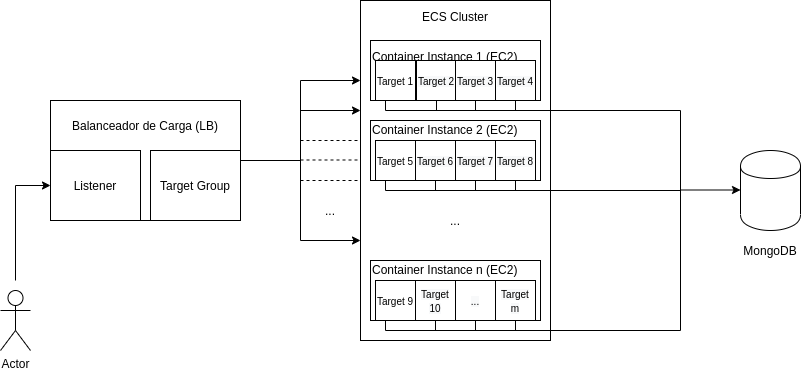
The draw.io diagram images/mutantsinfra.png in fermezz/mutants, before a commit. Source tidied: cells renumbered, new cells last; positions are measured from the earlier drawing's top-left corner, leaving out a move shared by most shapes. Source of this version:
```xml
<mxGraphModel>
  <root>
    <mxCell id="0" />
    <mxCell id="1" parent="0" />
    <mxCell id="2" value="Balanceador de Carga (LB)&lt;br&gt;&lt;br&gt;&lt;br&gt;&lt;br&gt;&lt;br&gt;&lt;br&gt;" style="rounded=0;whiteSpace=wrap;html=1;" parent="1" vertex="1">
      <mxGeometry x="50" y="100" width="190" height="120" as="geometry" />
    </mxCell>
    <mxCell id="3" style="endArrow=none;html=1;exitX=1;exitY=0.5;exitDx=0;exitDy=0;" parent="1" edge="1" source="2">
      <mxGeometry relative="1" as="geometry">
        <mxPoint x="300" y="160" as="targetPoint" />
      </mxGeometry>
    </mxCell>
    <mxCell id="4" style="endArrow=none;html=1;" parent="1" edge="1">
      <mxGeometry relative="1" as="geometry">
        <mxPoint x="300" y="240" as="sourcePoint" />
        <mxPoint x="300" y="80" as="targetPoint" />
      </mxGeometry>
    </mxCell>
    <mxCell id="5" style="endArrow=classic;html=1;" parent="1" edge="1">
      <mxGeometry relative="1" as="geometry">
        <mxPoint x="300" y="80" as="sourcePoint" />
        <mxPoint x="360" y="80" as="targetPoint" />
      </mxGeometry>
    </mxCell>
    <mxCell id="6" style="endArrow=classic;html=1;" parent="1" edge="1">
      <mxGeometry relative="1" as="geometry">
        <mxPoint x="300" y="240" as="sourcePoint" />
        <mxPoint x="360" y="240" as="targetPoint" />
      </mxGeometry>
    </mxCell>
    <mxCell id="7" style="endArrow=classic;html=1;" parent="1" edge="1">
      <mxGeometry relative="1" as="geometry">
        <mxPoint x="300" y="110" as="sourcePoint" />
        <mxPoint x="360" y="110" as="targetPoint" />
      </mxGeometry>
    </mxCell>
    <mxCell id="8" style="endArrow=none;dashed=1;html=1;" parent="1" edge="1">
      <mxGeometry relative="1" as="geometry">
        <mxPoint x="300" y="140" as="sourcePoint" />
        <mxPoint x="360" y="140" as="targetPoint" />
      </mxGeometry>
    </mxCell>
    <mxCell id="9" style="endArrow=none;dashed=1;html=1;" parent="1" edge="1">
      <mxGeometry relative="1" as="geometry">
        <mxPoint x="300" y="159.5" as="sourcePoint" />
        <mxPoint x="360" y="159.5" as="targetPoint" />
      </mxGeometry>
    </mxCell>
    <mxCell id="10" style="endArrow=none;dashed=1;html=1;" parent="1" edge="1">
      <mxGeometry relative="1" as="geometry">
        <mxPoint x="300" y="180" as="sourcePoint" />
        <mxPoint x="360" y="180" as="targetPoint" />
      </mxGeometry>
    </mxCell>
    <mxCell id="11" value="..." style="text;html=1;strokeColor=none;fillColor=none;align=center;verticalAlign=middle;whiteSpace=wrap;rounded=0;" parent="1" vertex="1">
      <mxGeometry x="310" y="200" width="40" height="20" as="geometry" />
    </mxCell>
    <mxCell id="12" value="Listener" style="rounded=0;whiteSpace=wrap;html=1;" parent="1" vertex="1">
      <mxGeometry x="50" y="150" width="90" height="70" as="geometry" />
    </mxCell>
    <mxCell id="13" value="Target Group" style="rounded=0;whiteSpace=wrap;html=1;" parent="1" vertex="1">
      <mxGeometry x="150" y="150" width="90" height="70" as="geometry" />
    </mxCell>
    <mxCell id="14" style="edgeStyle=orthogonalEdgeStyle;rounded=0;jettySize=auto;html=1;entryX=0;entryY=0.5;entryDx=0;entryDy=0;" parent="1" edge="1" target="12">
      <mxGeometry relative="1" as="geometry">
        <mxPoint x="15" y="280" as="sourcePoint" />
        <Array as="points">
          <mxPoint x="15" y="185" />
        </Array>
      </mxGeometry>
    </mxCell>
    <mxCell id="15" value="Actor" style="shape=umlActor;verticalLabelPosition=bottom;labelBackgroundColor=#ffffff;verticalAlign=top;html=1;" parent="1" vertex="1">
      <mxGeometry y="290" width="30" height="60" as="geometry" />
    </mxCell>
    <mxCell id="16" value="&lt;div&gt;&lt;span&gt;ECS Cluster&lt;/span&gt;&lt;/div&gt;&lt;div&gt;&lt;br&gt;&lt;/div&gt;&lt;br&gt;&lt;br&gt;&lt;br&gt;&lt;br&gt;&lt;br&gt;&lt;br&gt;&lt;br&gt;&lt;br&gt;&lt;br&gt;&lt;br&gt;&lt;br&gt;&lt;br&gt;&lt;br&gt;&lt;br&gt;&lt;br&gt;&lt;br&gt;&lt;br&gt;&lt;br&gt;&lt;br&gt;&lt;br&gt;&lt;br&gt;" style="rounded=0;whiteSpace=wrap;html=1;" parent="1" vertex="1">
      <mxGeometry x="360" width="190" height="340" as="geometry" />
    </mxCell>
    <mxCell id="17" value="Container Instance 1 (EC2)&lt;br&gt;&lt;br&gt;&lt;br&gt;" style="rounded=0;whiteSpace=wrap;html=1;align=left;" parent="1" vertex="1">
      <mxGeometry x="370" y="40" width="170" height="60" as="geometry" />
    </mxCell>
    <mxCell id="18" value="Container Instance n (EC2)&lt;br&gt;&lt;span&gt;&lt;br&gt;&lt;br&gt;&lt;br&gt;&lt;/span&gt;" style="rounded=0;whiteSpace=wrap;html=1;align=left;" parent="1" vertex="1">
      <mxGeometry x="370" y="260" width="170" height="60" as="geometry" />
    </mxCell>
    <mxCell id="19" value="Container Instance 2 (EC2)&lt;br&gt;&lt;span&gt;&lt;br&gt;&lt;br&gt;&lt;br&gt;&lt;/span&gt;" style="rounded=0;whiteSpace=wrap;html=1;align=left;" parent="1" vertex="1">
      <mxGeometry x="370" y="120" width="170" height="60" as="geometry" />
    </mxCell>
    <mxCell id="20" value="..." style="text;html=1;strokeColor=none;fillColor=none;align=center;verticalAlign=middle;whiteSpace=wrap;rounded=0;" parent="1" vertex="1">
      <mxGeometry x="435" y="210" width="40" height="20" as="geometry" />
    </mxCell>
    <mxCell id="21" value="&lt;font style=&quot;font-size: 10px&quot;&gt;Target 1&lt;/font&gt;" style="whiteSpace=wrap;html=1;" parent="1" vertex="1">
      <mxGeometry x="375" y="60" width="40" height="40" as="geometry" />
    </mxCell>
    <mxCell id="22" value="&lt;span style=&quot;color: rgb(0 , 0 , 0) ; font-family: &amp;#34;helvetica&amp;#34; ; font-size: 10px ; font-style: normal ; font-weight: 400 ; letter-spacing: normal ; text-align: center ; text-indent: 0px ; text-transform: none ; word-spacing: 0px ; background-color: rgb(248 , 249 , 250) ; float: none ; display: inline&quot;&gt;Target 2&lt;/span&gt;" style="whiteSpace=wrap;html=1;" parent="1" vertex="1">
      <mxGeometry x="416" y="60" width="40" height="40" as="geometry" />
    </mxCell>
    <mxCell id="23" value="&lt;span style=&quot;color: rgb(0 , 0 , 0) ; font-family: &amp;#34;helvetica&amp;#34; ; font-size: 10px ; font-style: normal ; font-weight: 400 ; letter-spacing: normal ; text-align: center ; text-indent: 0px ; text-transform: none ; word-spacing: 0px ; background-color: rgb(248 , 249 , 250) ; float: none ; display: inline&quot;&gt;Target 3&lt;/span&gt;" style="whiteSpace=wrap;html=1;" parent="1" vertex="1">
      <mxGeometry x="455" y="60" width="40" height="40" as="geometry" />
    </mxCell>
    <mxCell id="24" value="&lt;span style=&quot;color: rgb(0 , 0 , 0) ; font-family: &amp;#34;helvetica&amp;#34; ; font-size: 10px ; font-style: normal ; font-weight: 400 ; letter-spacing: normal ; text-align: center ; text-indent: 0px ; text-transform: none ; word-spacing: 0px ; background-color: rgb(248 , 249 , 250) ; float: none ; display: inline&quot;&gt;Target 4&lt;/span&gt;" style="whiteSpace=wrap;html=1;" parent="1" vertex="1">
      <mxGeometry x="495" y="60" width="40" height="40" as="geometry" />
    </mxCell>
    <mxCell id="25" value="&lt;font style=&quot;font-size: 10px&quot;&gt;Target 5&lt;/font&gt;" style="whiteSpace=wrap;html=1;" parent="1" vertex="1">
      <mxGeometry x="375" y="140" width="40" height="40" as="geometry" />
    </mxCell>
    <mxCell id="26" value="&lt;span style=&quot;color: rgb(0 , 0 , 0) ; font-family: &amp;#34;helvetica&amp;#34; ; font-size: 10px ; font-style: normal ; font-weight: 400 ; letter-spacing: normal ; text-align: center ; text-indent: 0px ; text-transform: none ; word-spacing: 0px ; background-color: rgb(248 , 249 , 250) ; float: none ; display: inline&quot;&gt;Target 6&lt;/span&gt;" style="whiteSpace=wrap;html=1;" parent="1" vertex="1">
      <mxGeometry x="415" y="140" width="40" height="40" as="geometry" />
    </mxCell>
    <mxCell id="27" value="&lt;span style=&quot;color: rgb(0 , 0 , 0) ; font-family: &amp;#34;helvetica&amp;#34; ; font-size: 10px ; font-style: normal ; font-weight: 400 ; letter-spacing: normal ; text-align: center ; text-indent: 0px ; text-transform: none ; word-spacing: 0px ; background-color: rgb(248 , 249 , 250) ; float: none ; display: inline&quot;&gt;Target 7&lt;/span&gt;" style="whiteSpace=wrap;html=1;" parent="1" vertex="1">
      <mxGeometry x="455" y="140" width="40" height="40" as="geometry" />
    </mxCell>
    <mxCell id="28" value="&lt;span style=&quot;color: rgb(0 , 0 , 0) ; font-family: &amp;#34;helvetica&amp;#34; ; font-size: 10px ; font-style: normal ; font-weight: 400 ; letter-spacing: normal ; text-align: center ; text-indent: 0px ; text-transform: none ; word-spacing: 0px ; background-color: rgb(248 , 249 , 250) ; float: none ; display: inline&quot;&gt;Target 8&lt;/span&gt;" style="whiteSpace=wrap;html=1;" parent="1" vertex="1">
      <mxGeometry x="495" y="140" width="40" height="40" as="geometry" />
    </mxCell>
    <mxCell id="29" value="&lt;font style=&quot;font-size: 10px&quot;&gt;Target 9&lt;/font&gt;" style="whiteSpace=wrap;html=1;" parent="1" vertex="1">
      <mxGeometry x="375" y="280" width="40" height="40" as="geometry" />
    </mxCell>
    <mxCell id="30" value="&lt;span style=&quot;color: rgb(0 , 0 , 0) ; font-family: &amp;#34;helvetica&amp;#34; ; font-size: 10px ; font-style: normal ; font-weight: 400 ; letter-spacing: normal ; text-align: center ; text-indent: 0px ; text-transform: none ; word-spacing: 0px ; background-color: rgb(248 , 249 , 250) ; float: none ; display: inline&quot;&gt;Target 10&lt;/span&gt;" style="whiteSpace=wrap;html=1;" parent="1" vertex="1">
      <mxGeometry x="415" y="280" width="40" height="40" as="geometry" />
    </mxCell>
    <mxCell id="31" value="&lt;span style=&quot;color: rgb(0 , 0 , 0) ; font-family: &amp;#34;helvetica&amp;#34; ; font-size: 10px ; font-style: normal ; font-weight: 400 ; letter-spacing: normal ; text-align: center ; text-indent: 0px ; text-transform: none ; word-spacing: 0px ; background-color: rgb(248 , 249 , 250) ; float: none ; display: inline&quot;&gt;...&lt;/span&gt;" style="whiteSpace=wrap;html=1;" parent="1" vertex="1">
      <mxGeometry x="455" y="280" width="40" height="40" as="geometry" />
    </mxCell>
    <mxCell id="32" value="&lt;span style=&quot;color: rgb(0 , 0 , 0) ; font-family: &amp;#34;helvetica&amp;#34; ; font-size: 10px ; font-style: normal ; font-weight: 400 ; letter-spacing: normal ; text-align: center ; text-indent: 0px ; text-transform: none ; word-spacing: 0px ; background-color: rgb(248 , 249 , 250) ; float: none ; display: inline&quot;&gt;Target m&lt;/span&gt;" style="whiteSpace=wrap;html=1;" parent="1" vertex="1">
      <mxGeometry x="495" y="280" width="40" height="40" as="geometry" />
    </mxCell>
    <mxCell id="33" style="endArrow=none;html=1;" parent="1" edge="1">
      <mxGeometry relative="1" as="geometry">
        <mxPoint x="385" y="110" as="sourcePoint" />
        <mxPoint x="680" y="110" as="targetPoint" />
      </mxGeometry>
    </mxCell>
    <mxCell id="34" style="endArrow=none;html=1;" parent="1" edge="1">
      <mxGeometry relative="1" as="geometry">
        <mxPoint x="385" y="190" as="sourcePoint" />
        <mxPoint x="680" y="190" as="targetPoint" />
      </mxGeometry>
    </mxCell>
    <mxCell id="35" style="endArrow=none;html=1;" parent="1" edge="1">
      <mxGeometry relative="1" as="geometry">
        <mxPoint x="385" y="330" as="sourcePoint" />
        <mxPoint x="680" y="330" as="targetPoint" />
      </mxGeometry>
    </mxCell>
    <mxCell id="36" style="shape=cylinder;whiteSpace=wrap;html=1;boundedLbl=1;backgroundOutline=1;" parent="1" vertex="1">
      <mxGeometry x="740" y="150" width="60" height="80" as="geometry" />
    </mxCell>
    <mxCell id="37" style="endArrow=none;html=1;" parent="1" edge="1">
      <mxGeometry relative="1" as="geometry">
        <mxPoint x="680" y="330" as="sourcePoint" />
        <mxPoint x="680" y="110" as="targetPoint" />
      </mxGeometry>
    </mxCell>
    <mxCell id="38" style="endArrow=classic;html=1;" parent="1" edge="1">
      <mxGeometry relative="1" as="geometry">
        <mxPoint x="680" y="189.5" as="sourcePoint" />
        <mxPoint x="740" y="189.5" as="targetPoint" />
      </mxGeometry>
    </mxCell>
    <mxCell id="39" style="endArrow=none;html=1;entryX=0.25;entryY=1;entryDx=0;entryDy=0;" parent="1" edge="1" target="25">
      <mxGeometry relative="1" as="geometry">
        <mxPoint x="385" y="190" as="sourcePoint" />
      </mxGeometry>
    </mxCell>
    <mxCell id="40" style="endArrow=none;html=1;entryX=0.5;entryY=1;entryDx=0;entryDy=0;" parent="1" edge="1" target="26">
      <mxGeometry relative="1" as="geometry">
        <mxPoint x="435" y="190" as="sourcePoint" />
      </mxGeometry>
    </mxCell>
    <mxCell id="41" style="endArrow=none;html=1;entryX=0.5;entryY=1;entryDx=0;entryDy=0;" parent="1" edge="1" target="27">
      <mxGeometry relative="1" as="geometry">
        <mxPoint x="475" y="190" as="sourcePoint" />
      </mxGeometry>
    </mxCell>
    <mxCell id="42" style="endArrow=none;html=1;entryX=0.5;entryY=1;entryDx=0;entryDy=0;" parent="1" edge="1" target="28">
      <mxGeometry relative="1" as="geometry">
        <mxPoint x="515" y="190" as="sourcePoint" />
      </mxGeometry>
    </mxCell>
    <mxCell id="43" style="endArrow=none;html=1;exitX=0.5;exitY=1;exitDx=0;exitDy=0;" parent="1" edge="1" source="24">
      <mxGeometry relative="1" as="geometry">
        <mxPoint x="515" y="110" as="targetPoint" />
      </mxGeometry>
    </mxCell>
    <mxCell id="44" style="endArrow=none;html=1;exitX=0.5;exitY=1;exitDx=0;exitDy=0;" parent="1" edge="1" source="23">
      <mxGeometry relative="1" as="geometry">
        <mxPoint x="475" y="110" as="targetPoint" />
      </mxGeometry>
    </mxCell>
    <mxCell id="45" style="endArrow=none;html=1;exitX=0.5;exitY=1;exitDx=0;exitDy=0;" parent="1" edge="1" source="22">
      <mxGeometry relative="1" as="geometry">
        <mxPoint x="436" y="110" as="targetPoint" />
      </mxGeometry>
    </mxCell>
    <mxCell id="46" style="endArrow=none;html=1;exitX=0.25;exitY=1;exitDx=0;exitDy=0;" parent="1" edge="1" source="21">
      <mxGeometry relative="1" as="geometry">
        <mxPoint x="385" y="110" as="targetPoint" />
      </mxGeometry>
    </mxCell>
    <mxCell id="47" style="endArrow=none;html=1;entryX=0.25;entryY=1;entryDx=0;entryDy=0;" parent="1" edge="1" target="29">
      <mxGeometry relative="1" as="geometry">
        <mxPoint x="385" y="330" as="sourcePoint" />
      </mxGeometry>
    </mxCell>
    <mxCell id="48" style="endArrow=none;html=1;entryX=0.5;entryY=1;entryDx=0;entryDy=0;" parent="1" edge="1" target="30">
      <mxGeometry relative="1" as="geometry">
        <mxPoint x="435" y="330" as="sourcePoint" />
      </mxGeometry>
    </mxCell>
    <mxCell id="49" style="endArrow=none;html=1;entryX=0.5;entryY=1;entryDx=0;entryDy=0;" parent="1" edge="1" target="31">
      <mxGeometry relative="1" as="geometry">
        <mxPoint x="475" y="330" as="sourcePoint" />
      </mxGeometry>
    </mxCell>
    <mxCell id="50" style="endArrow=none;html=1;entryX=0.5;entryY=1;entryDx=0;entryDy=0;" parent="1" edge="1" target="32">
      <mxGeometry relative="1" as="geometry">
        <mxPoint x="515" y="330" as="sourcePoint" />
      </mxGeometry>
    </mxCell>
    <mxCell id="51" value="MongoDB" style="text;html=1;strokeColor=none;fillColor=none;align=center;verticalAlign=middle;whiteSpace=wrap;rounded=0;" parent="1" vertex="1">
      <mxGeometry x="750" y="240" width="40" height="20" as="geometry" />
    </mxCell>
  </root>
</mxGraphModel>
```
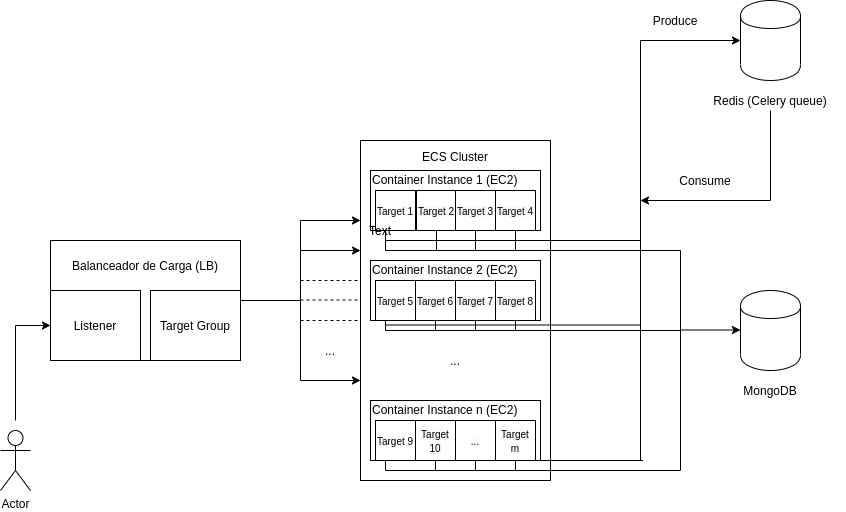
After the change.

Commit message:
Add infra for Redis and complete docs

The edit, as a diff of the source:
```diff
@@ -75,8 +75,8 @@
     <mxCell id="16" value="&lt;div&gt;&lt;span&gt;ECS Cluster&lt;/span&gt;&lt;/div&gt;&lt;div&gt;&lt;br&gt;&lt;/div&gt;&lt;br&gt;&lt;br&gt;&lt;br&gt;&lt;br&gt;&lt;br&gt;&lt;br&gt;&lt;br&gt;&lt;br&gt;&lt;br&gt;&lt;br&gt;&lt;br&gt;&lt;br&gt;&lt;br&gt;&lt;br&gt;&lt;br&gt;&lt;br&gt;&lt;br&gt;&lt;br&gt;&lt;br&gt;&lt;br&gt;&lt;br&gt;" style="rounded=0;whiteSpace=wrap;html=1;" parent="1" vertex="1">
       <mxGeometry x="360" width="190" height="340" as="geometry" />
     </mxCell>
-    <mxCell id="17" value="Container Instance 1 (EC2)&lt;br&gt;&lt;br&gt;&lt;br&gt;" style="rounded=0;whiteSpace=wrap;html=1;align=left;" parent="1" vertex="1">
-      <mxGeometry x="370" y="40" width="170" height="60" as="geometry" />
+    <mxCell id="17" value="Container Instance 1 (EC2)&lt;br&gt;&lt;br&gt;&lt;br&gt;&lt;br&gt;" style="rounded=0;whiteSpace=wrap;html=1;align=left;" parent="1" vertex="1">
+      <mxGeometry x="370" y="30" width="170" height="60" as="geometry" />
     </mxCell>
     <mxCell id="18" value="Container Instance n (EC2)&lt;br&gt;&lt;span&gt;&lt;br&gt;&lt;br&gt;&lt;br&gt;&lt;/span&gt;" style="rounded=0;whiteSpace=wrap;html=1;align=left;" parent="1" vertex="1">
       <mxGeometry x="370" y="260" width="170" height="60" as="geometry" />
@@ -88,16 +88,16 @@
       <mxGeometry x="435" y="210" width="40" height="20" as="geometry" />
     </mxCell>
     <mxCell id="21" value="&lt;font style=&quot;font-size: 10px&quot;&gt;Target 1&lt;/font&gt;" style="whiteSpace=wrap;html=1;" parent="1" vertex="1">
-      <mxGeometry x="375" y="60" width="40" height="40" as="geometry" />
+      <mxGeometry x="375" y="50" width="40" height="40" as="geometry" />
     </mxCell>
     <mxCell id="22" value="&lt;span style=&quot;color: rgb(0 , 0 , 0) ; font-family: &amp;#34;helvetica&amp;#34; ; font-size: 10px ; font-style: normal ; font-weight: 400 ; letter-spacing: normal ; text-align: center ; text-indent: 0px ; text-transform: none ; word-spacing: 0px ; background-color: rgb(248 , 249 , 250) ; float: none ; display: inline&quot;&gt;Target 2&lt;/span&gt;" style="whiteSpace=wrap;html=1;" parent="1" vertex="1">
-      <mxGeometry x="416" y="60" width="40" height="40" as="geometry" />
+      <mxGeometry x="416" y="50" width="40" height="40" as="geometry" />
     </mxCell>
     <mxCell id="23" value="&lt;span style=&quot;color: rgb(0 , 0 , 0) ; font-family: &amp;#34;helvetica&amp;#34; ; font-size: 10px ; font-style: normal ; font-weight: 400 ; letter-spacing: normal ; text-align: center ; text-indent: 0px ; text-transform: none ; word-spacing: 0px ; background-color: rgb(248 , 249 , 250) ; float: none ; display: inline&quot;&gt;Target 3&lt;/span&gt;" style="whiteSpace=wrap;html=1;" parent="1" vertex="1">
-      <mxGeometry x="455" y="60" width="40" height="40" as="geometry" />
+      <mxGeometry x="455" y="50" width="40" height="40" as="geometry" />
     </mxCell>
     <mxCell id="24" value="&lt;span style=&quot;color: rgb(0 , 0 , 0) ; font-family: &amp;#34;helvetica&amp;#34; ; font-size: 10px ; font-style: normal ; font-weight: 400 ; letter-spacing: normal ; text-align: center ; text-indent: 0px ; text-transform: none ; word-spacing: 0px ; background-color: rgb(248 , 249 , 250) ; float: none ; display: inline&quot;&gt;Target 4&lt;/span&gt;" style="whiteSpace=wrap;html=1;" parent="1" vertex="1">
-      <mxGeometry x="495" y="60" width="40" height="40" as="geometry" />
+      <mxGeometry x="495" y="50" width="40" height="40" as="geometry" />
     </mxCell>
     <mxCell id="25" value="&lt;font style=&quot;font-size: 10px&quot;&gt;Target 5&lt;/font&gt;" style="whiteSpace=wrap;html=1;" parent="1" vertex="1">
       <mxGeometry x="375" y="140" width="40" height="40" as="geometry" />
@@ -219,5 +219,60 @@
     <mxCell id="51" value="MongoDB" style="text;html=1;strokeColor=none;fillColor=none;align=center;verticalAlign=middle;whiteSpace=wrap;rounded=0;" parent="1" vertex="1">
       <mxGeometry x="750" y="240" width="40" height="20" as="geometry" />
     </mxCell>
+    <mxCell id="52" style="shape=cylinder;whiteSpace=wrap;html=1;boundedLbl=1;backgroundOutline=1;" parent="1" vertex="1">
+      <mxGeometry x="740" y="-140" width="60" height="80" as="geometry" />
+    </mxCell>
+    <mxCell id="53" value="Redis (Celery queue)" style="text;html=1;strokeColor=none;fillColor=none;align=center;verticalAlign=middle;whiteSpace=wrap;rounded=0;" parent="1" vertex="1">
+      <mxGeometry x="695" y="-50" width="150" height="20" as="geometry" />
+    </mxCell>
+    <mxCell id="54" style="endArrow=none;html=1;" parent="1" edge="1">
+      <mxGeometry relative="1" as="geometry">
+        <mxPoint x="385" y="100" as="sourcePoint" />
+        <mxPoint x="640" y="100" as="targetPoint" />
+      </mxGeometry>
+    </mxCell>
+    <mxCell id="55" style="endArrow=none;html=1;" parent="1" edge="1">
+      <mxGeometry relative="1" as="geometry">
+        <mxPoint x="385" y="184.5" as="sourcePoint" />
+        <mxPoint x="640" y="184.5" as="targetPoint" />
+      </mxGeometry>
+    </mxCell>
+    <mxCell id="56" style="endArrow=none;html=1;" parent="1" edge="1">
+      <mxGeometry relative="1" as="geometry">
+        <mxPoint x="387.5" y="320" as="sourcePoint" />
+        <mxPoint x="642.5" y="320" as="targetPoint" />
+      </mxGeometry>
+    </mxCell>
+    <mxCell id="57" style="endArrow=none;html=1;" parent="1" edge="1">
+      <mxGeometry relative="1" as="geometry">
+        <mxPoint x="640" y="320" as="sourcePoint" />
+        <mxPoint x="640" y="-100" as="targetPoint" />
+      </mxGeometry>
+    </mxCell>
+    <mxCell id="58" style="endArrow=classic;html=1;entryX=0;entryY=0.5;entryDx=0;entryDy=0;" parent="1" edge="1" target="52">
+      <mxGeometry relative="1" as="geometry">
+        <mxPoint x="640" y="-100" as="sourcePoint" />
+      </mxGeometry>
+    </mxCell>
+    <mxCell id="59" value="Text" style="text;html=1;strokeColor=none;fillColor=none;align=center;verticalAlign=middle;whiteSpace=wrap;rounded=0;" parent="1" vertex="1">
+      <mxGeometry x="360" y="80" width="40" height="20" as="geometry" />
+    </mxCell>
+    <mxCell id="60" value="Produce" style="text;html=1;strokeColor=none;fillColor=none;align=center;verticalAlign=middle;whiteSpace=wrap;rounded=0;" parent="1" vertex="1">
+      <mxGeometry x="640" y="-130" width="70" height="20" as="geometry" />
+    </mxCell>
+    <mxCell id="61" style="endArrow=none;html=1;entryX=0.5;entryY=1;entryDx=0;entryDy=0;" parent="1" edge="1" target="53">
+      <mxGeometry relative="1" as="geometry">
+        <mxPoint x="770" y="60" as="sourcePoint" />
+      </mxGeometry>
+    </mxCell>
+    <mxCell id="62" style="endArrow=classic;html=1;" parent="1" edge="1">
+      <mxGeometry relative="1" as="geometry">
+        <mxPoint x="770" y="60" as="sourcePoint" />
+        <mxPoint x="640" y="60" as="targetPoint" />
+      </mxGeometry>
+    </mxCell>
+    <mxCell id="63" value="Consume" style="text;html=1;strokeColor=none;fillColor=none;align=center;verticalAlign=middle;whiteSpace=wrap;rounded=0;" parent="1" vertex="1">
+      <mxGeometry x="670" y="30" width="70" height="20" as="geometry" />
+    </mxCell>
   </root>
 </mxGraphModel>
```
